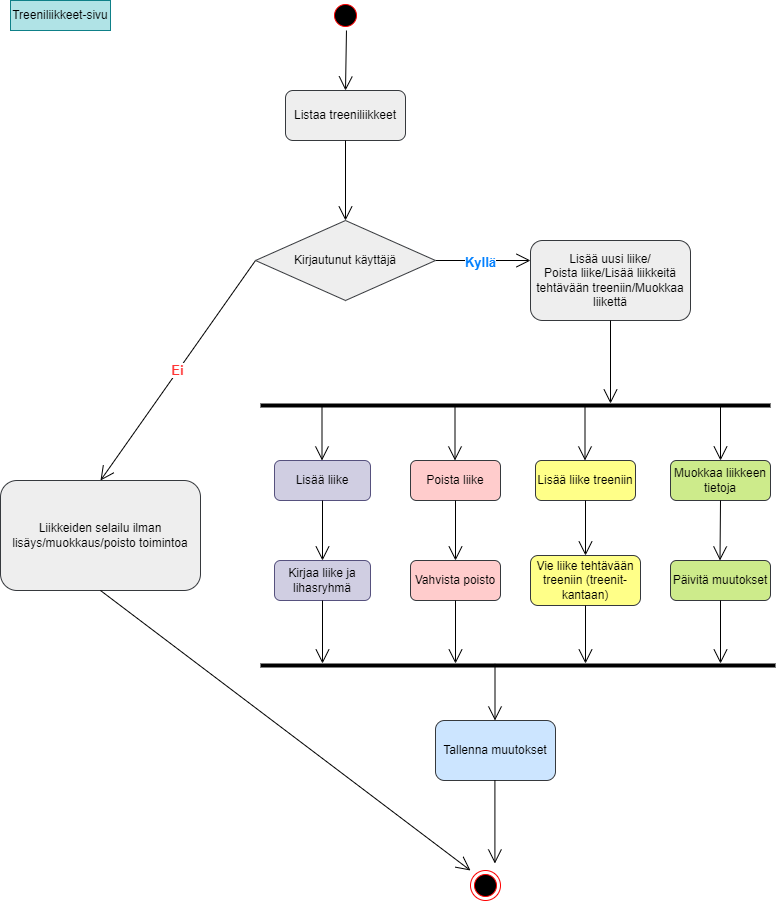
Before: Aktiviteettikaavioliikkeet.drawio.png, a diagram exported from draw.io (PinjaCare/Projektity-n-kaaviot). Source tidied: cells renumbered, new cells last; positions are measured from the earlier drawing's top-left corner, leaving out a move shared by most shapes. Its diagram source:
```xml
<mxGraphModel>
  <root>
    <mxCell id="0" />
    <mxCell id="1" parent="0" />
    <mxCell id="2" style="ellipse;html=1;shape=startState;fillColor=#000000;strokeColor=#ff0000;" parent="1" vertex="1">
      <mxGeometry x="330" width="30" height="30" as="geometry" />
    </mxCell>
    <mxCell id="3" style="endArrow=open;endFill=1;endSize=12;html=1;rounded=0;entryX=0.5;entryY=0;entryDx=0;entryDy=0;" parent="1" edge="1" target="9">
      <mxGeometry relative="1" as="geometry">
        <mxPoint x="346" y="30" as="sourcePoint" />
      </mxGeometry>
    </mxCell>
    <mxCell id="4" value="Treeniliikkeet-sivu" style="rounded=0;whiteSpace=wrap;html=1;fillColor=#b0e3e6;strokeColor=#0e8088;" parent="1" vertex="1">
      <mxGeometry x="10" width="100" height="30" as="geometry" />
    </mxCell>
    <mxCell id="5" style="endArrow=open;endFill=1;endSize=12;html=1;rounded=0;entryX=0;entryY=0.25;entryDx=0;entryDy=0;exitX=1;exitY=0.5;exitDx=0;exitDy=0;" parent="1" edge="1" source="34" target="8">
      <mxGeometry relative="1" as="geometry" />
    </mxCell>
    <mxCell id="6" value="Kyllä" style="edgeLabel;html=1;align=center;verticalAlign=middle;fontStyle=1;fontSize=13;fontColor=#007FFF;" parent="5" vertex="1">
      <mxGeometry x="-0.08" y="-1" relative="1" as="geometry" />
    </mxCell>
    <mxCell id="7" value="Ei" style="endArrow=open;endFill=1;endSize=12;html=1;rounded=0;exitX=0;exitY=0.5;exitDx=0;exitDy=0;entryX=0.5;entryY=0;entryDx=0;entryDy=0;fontSize=13;fontStyle=1;fontColor=#FF3333;" parent="1" edge="1" source="34" target="10">
      <mxGeometry relative="1" as="geometry" />
    </mxCell>
    <mxCell id="8" value="Lisää uusi liike/&lt;br&gt;Poista liike/Lisää liikkeitä tehtävään treeniin/Muokkaa liikettä" style="rounded=1;whiteSpace=wrap;html=1;fillColor=#eeeeee;strokeColor=#36393d;" parent="1" vertex="1">
      <mxGeometry x="530" y="240" width="160" height="80" as="geometry" />
    </mxCell>
    <mxCell id="9" value="Listaa treeniliikkeet" style="rounded=1;whiteSpace=wrap;html=1;fillColor=#eeeeee;strokeColor=#36393d;" parent="1" vertex="1">
      <mxGeometry x="285" y="90" width="120" height="50" as="geometry" />
    </mxCell>
    <mxCell id="10" value="Liikkeiden selailu ilman lisäys/muokkaus/poisto toimintoa" style="rounded=1;whiteSpace=wrap;html=1;fillColor=#eeeeee;strokeColor=#36393d;" parent="1" vertex="1">
      <mxGeometry y="480" width="200" height="110" as="geometry" />
    </mxCell>
    <mxCell id="11" style="endArrow=open;endFill=1;endSize=12;html=1;rounded=0;exitX=0.5;exitY=1;exitDx=0;exitDy=0;" parent="1" edge="1" source="34">
      <mxGeometry relative="1" as="geometry">
        <mxPoint x="345" y="220" as="targetPoint" />
      </mxGeometry>
    </mxCell>
    <mxCell id="12" style="line;strokeWidth=4;html=1;perimeter=backbonePerimeter;points=[];outlineConnect=0;" parent="1" vertex="1">
      <mxGeometry x="260" y="660" width="515" height="10" as="geometry" />
    </mxCell>
    <mxCell id="13" value="Tallenna muutokset" style="rounded=1;whiteSpace=wrap;html=1;fillColor=#cce5ff;strokeColor=#36393d;" parent="1" vertex="1">
      <mxGeometry x="435" y="720" width="120" height="60" as="geometry" />
    </mxCell>
    <mxCell id="14" value="Päivitä muutokset" style="rounded=1;whiteSpace=wrap;html=1;fillColor=#cdeb8b;strokeColor=#36393d;" parent="1" vertex="1">
      <mxGeometry x="670" y="560" width="100" height="40" as="geometry" />
    </mxCell>
    <mxCell id="15" style="line;strokeWidth=4;html=1;perimeter=backbonePerimeter;points=[];outlineConnect=0;" parent="1" vertex="1">
      <mxGeometry x="260" y="400" width="510" height="10" as="geometry" />
    </mxCell>
    <mxCell id="16" style="endArrow=open;endFill=1;endSize=12;html=1;rounded=0;" parent="1" edge="1" source="8" target="15">
      <mxGeometry relative="1" as="geometry" />
    </mxCell>
    <mxCell id="17" value="Poista liike" style="rounded=1;whiteSpace=wrap;html=1;fillColor=#ffcccc;strokeColor=#36393d;" parent="1" vertex="1">
      <mxGeometry x="410" y="460" width="90" height="40" as="geometry" />
    </mxCell>
    <mxCell id="18" value="Muokkaa liikkeen tietoja" style="rounded=1;whiteSpace=wrap;html=1;fillColor=#cdeb8b;strokeColor=#36393d;" parent="1" vertex="1">
      <mxGeometry x="670" y="460" width="100" height="40" as="geometry" />
    </mxCell>
    <mxCell id="19" value="Kirjaa liike ja lihasryhmä" style="rounded=1;whiteSpace=wrap;html=1;fillColor=#d0cee2;strokeColor=#56517e;" parent="1" vertex="1">
      <mxGeometry x="274" y="560" width="96" height="40" as="geometry" />
    </mxCell>
    <mxCell id="20" value="Vahvista poisto" style="rounded=1;whiteSpace=wrap;html=1;fillColor=#ffcccc;strokeColor=#36393d;" parent="1" vertex="1">
      <mxGeometry x="410" y="560" width="90" height="40" as="geometry" />
    </mxCell>
    <mxCell id="21" value="Lisää liike" style="rounded=1;whiteSpace=wrap;html=1;labelBackgroundColor=none;fillColor=#d0cee2;strokeColor=#56517e;" parent="1" vertex="1">
      <mxGeometry x="274" y="460" width="96" height="40" as="geometry" />
    </mxCell>
    <mxCell id="22" style="endArrow=open;endFill=1;endSize=12;html=1;rounded=0;entryX=0.5;entryY=0;entryDx=0;entryDy=0;" parent="1" edge="1">
      <mxGeometry relative="1" as="geometry">
        <mxPoint x="720" y="406" as="sourcePoint" />
        <mxPoint x="720" y="460" as="targetPoint" />
      </mxGeometry>
    </mxCell>
    <mxCell id="23" style="endArrow=open;endFill=1;endSize=12;html=1;rounded=0;" parent="1" edge="1">
      <mxGeometry relative="1" as="geometry">
        <mxPoint x="321.5" y="406" as="sourcePoint" />
        <mxPoint x="321.5" y="460" as="targetPoint" />
        <Array as="points">
          <mxPoint x="321.5" y="460" />
        </Array>
      </mxGeometry>
    </mxCell>
    <mxCell id="24" style="endArrow=open;endFill=1;endSize=12;html=1;rounded=0;exitX=0.5;exitY=1;exitDx=0;exitDy=0;" parent="1" edge="1" source="18">
      <mxGeometry relative="1" as="geometry">
        <mxPoint x="719.5" y="560" as="targetPoint" />
      </mxGeometry>
    </mxCell>
    <mxCell id="25" style="endArrow=open;endFill=1;endSize=12;html=1;rounded=0;entryX=0.5;entryY=0;entryDx=0;entryDy=0;exitX=0.5;exitY=1;exitDx=0;exitDy=0;" parent="1" edge="1" source="17" target="20">
      <mxGeometry relative="1" as="geometry" />
    </mxCell>
    <mxCell id="26" style="endArrow=open;endFill=1;endSize=12;html=1;rounded=0;entryX=0.5;entryY=0;entryDx=0;entryDy=0;" parent="1" edge="1" source="21" target="19">
      <mxGeometry relative="1" as="geometry" />
    </mxCell>
    <mxCell id="27" style="endArrow=open;endFill=1;endSize=12;html=1;rounded=0;entryX=0.5;entryY=0;entryDx=0;entryDy=0;" parent="1" edge="1">
      <mxGeometry relative="1" as="geometry">
        <mxPoint x="454.5" y="406" as="sourcePoint" />
        <mxPoint x="454.5" y="460" as="targetPoint" />
      </mxGeometry>
    </mxCell>
    <mxCell id="28" style="endArrow=open;endFill=1;endSize=12;html=1;rounded=0;exitX=0.5;exitY=1;exitDx=0;exitDy=0;" parent="1" edge="1" source="14" target="12">
      <mxGeometry relative="1" as="geometry" />
    </mxCell>
    <mxCell id="29" style="endArrow=open;endFill=1;endSize=12;html=1;rounded=0;exitX=0.5;exitY=1;exitDx=0;exitDy=0;" parent="1" edge="1" source="19" target="12">
      <mxGeometry relative="1" as="geometry" />
    </mxCell>
    <mxCell id="30" style="endArrow=open;endFill=1;endSize=12;html=1;rounded=0;exitX=0.5;exitY=1;exitDx=0;exitDy=0;" parent="1" edge="1" source="20" target="12">
      <mxGeometry relative="1" as="geometry" />
    </mxCell>
    <mxCell id="31" style="ellipse;html=1;shape=endState;fillColor=#000000;strokeColor=#ff0000;" parent="1" vertex="1">
      <mxGeometry x="470" y="870" width="30" height="30" as="geometry" />
    </mxCell>
    <mxCell id="32" style="endArrow=open;endFill=1;endSize=12;html=1;rounded=0;" parent="1" edge="1">
      <mxGeometry relative="1" as="geometry">
        <mxPoint x="494.4" y="780" as="sourcePoint" />
        <mxPoint x="494.4" y="863" as="targetPoint" />
      </mxGeometry>
    </mxCell>
    <mxCell id="33" style="endArrow=open;endFill=1;endSize=12;html=1;rounded=0;exitX=0.5;exitY=1;exitDx=0;exitDy=0;" parent="1" edge="1" source="9" target="34">
      <mxGeometry relative="1" as="geometry" />
    </mxCell>
    <mxCell id="34" value="Kirjautunut käyttäjä" style="rhombus;whiteSpace=wrap;html=1;fillColor=#eeeeee;strokeColor=#36393d;" parent="1" vertex="1">
      <mxGeometry x="255" y="220" width="180" height="80" as="geometry" />
    </mxCell>
    <mxCell id="35" style="endArrow=open;endFill=1;endSize=12;html=1;rounded=0;exitX=0.5;exitY=1;exitDx=0;exitDy=0;" parent="1" edge="1" source="10">
      <mxGeometry relative="1" as="geometry">
        <mxPoint x="470" y="870" as="targetPoint" />
      </mxGeometry>
    </mxCell>
    <mxCell id="36" style="endArrow=open;endFill=1;endSize=12;html=1;rounded=0;entryX=0.403;entryY=0.046;entryDx=0;entryDy=0;entryPerimeter=0;" parent="1" edge="1">
      <mxGeometry relative="1" as="geometry">
        <mxPoint x="494.5" y="663.2" as="sourcePoint" />
        <mxPoint x="494.5" y="720" as="targetPoint" />
      </mxGeometry>
    </mxCell>
    <mxCell id="37" value="Vie liike tehtävään treeniin (treenit-kantaan)" style="rounded=1;whiteSpace=wrap;html=1;fillColor=#ffff88;strokeColor=#36393d;" parent="1" vertex="1">
      <mxGeometry x="530" y="555" width="110" height="50" as="geometry" />
    </mxCell>
    <mxCell id="38" value="Lisää liike treeniin" style="rounded=1;whiteSpace=wrap;html=1;fillColor=#ffff88;strokeColor=#36393d;" parent="1" vertex="1">
      <mxGeometry x="535" y="460" width="100" height="40" as="geometry" />
    </mxCell>
    <mxCell id="39" style="endArrow=open;endFill=1;endSize=12;html=1;rounded=0;entryX=0.5;entryY=0;entryDx=0;entryDy=0;exitX=0.5;exitY=1;exitDx=0;exitDy=0;" parent="1" edge="1" source="38" target="37">
      <mxGeometry relative="1" as="geometry" />
    </mxCell>
    <mxCell id="40" style="endArrow=open;endFill=1;endSize=12;html=1;rounded=0;entryX=0.5;entryY=0;entryDx=0;entryDy=0;" parent="1" edge="1">
      <mxGeometry relative="1" as="geometry">
        <mxPoint x="584.5" y="406" as="sourcePoint" />
        <mxPoint x="584.5" y="460" as="targetPoint" />
      </mxGeometry>
    </mxCell>
    <mxCell id="41" style="endArrow=open;endFill=1;endSize=12;html=1;rounded=0;exitX=0.5;exitY=1;exitDx=0;exitDy=0;" parent="1" edge="1" source="37" target="12">
      <mxGeometry relative="1" as="geometry" />
    </mxCell>
  </root>
</mxGraphModel>
```
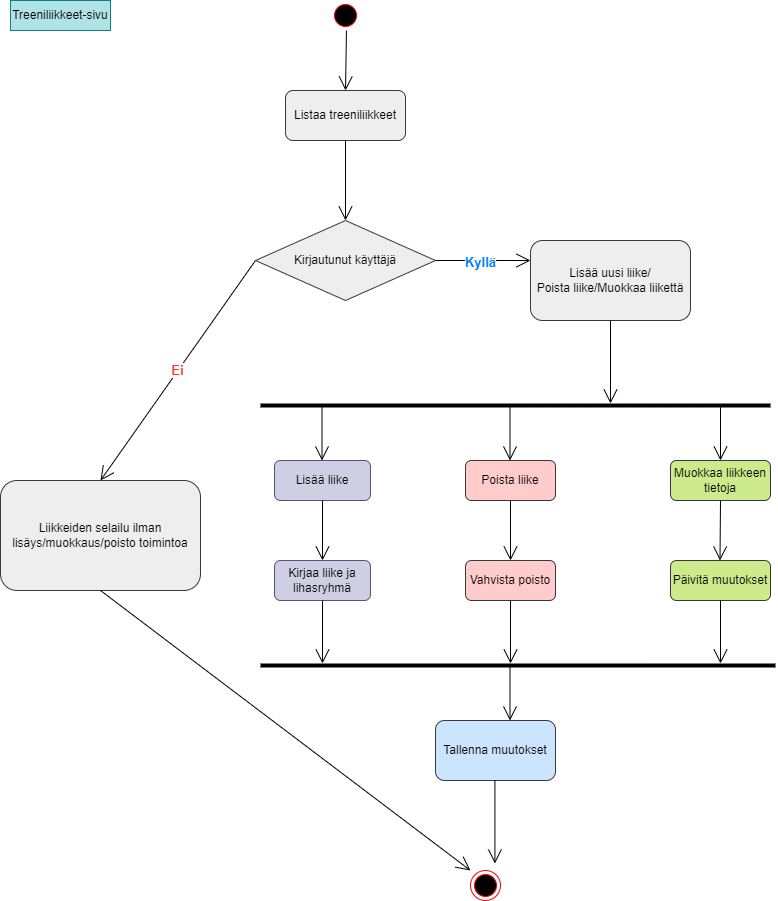
After the commit.

The edit, as a diff of the source:
```diff
@@ -22,7 +22,7 @@
     <mxCell id="7" value="Ei" style="endArrow=open;endFill=1;endSize=12;html=1;rounded=0;exitX=0;exitY=0.5;exitDx=0;exitDy=0;entryX=0.5;entryY=0;entryDx=0;entryDy=0;fontSize=13;fontStyle=1;fontColor=#FF3333;" parent="1" edge="1" source="34" target="10">
       <mxGeometry relative="1" as="geometry" />
     </mxCell>
-    <mxCell id="8" value="Lisää uusi liike/&lt;br&gt;Poista liike/Lisää liikkeitä tehtävään treeniin/Muokkaa liikettä" style="rounded=1;whiteSpace=wrap;html=1;fillColor=#eeeeee;strokeColor=#36393d;" parent="1" vertex="1">
+    <mxCell id="8" value="Lisää uusi liike/&lt;br&gt;Poista liike/Muokkaa liikettä" style="rounded=1;whiteSpace=wrap;html=1;fillColor=#eeeeee;strokeColor=#36393d;" parent="1" vertex="1">
       <mxGeometry x="530" y="240" width="160" height="80" as="geometry" />
     </mxCell>
     <mxCell id="9" value="Listaa treeniliikkeet" style="rounded=1;whiteSpace=wrap;html=1;fillColor=#eeeeee;strokeColor=#36393d;" parent="1" vertex="1">
@@ -52,7 +52,7 @@
       <mxGeometry relative="1" as="geometry" />
     </mxCell>
     <mxCell id="17" value="Poista liike" style="rounded=1;whiteSpace=wrap;html=1;fillColor=#ffcccc;strokeColor=#36393d;" parent="1" vertex="1">
-      <mxGeometry x="410" y="460" width="90" height="40" as="geometry" />
+      <mxGeometry x="465" y="460" width="90" height="40" as="geometry" />
     </mxCell>
     <mxCell id="18" value="Muokkaa liikkeen tietoja" style="rounded=1;whiteSpace=wrap;html=1;fillColor=#cdeb8b;strokeColor=#36393d;" parent="1" vertex="1">
       <mxGeometry x="670" y="460" width="100" height="40" as="geometry" />
@@ -61,7 +61,7 @@
       <mxGeometry x="274" y="560" width="96" height="40" as="geometry" />
     </mxCell>
     <mxCell id="20" value="Vahvista poisto" style="rounded=1;whiteSpace=wrap;html=1;fillColor=#ffcccc;strokeColor=#36393d;" parent="1" vertex="1">
-      <mxGeometry x="410" y="560" width="90" height="40" as="geometry" />
+      <mxGeometry x="465" y="560" width="90" height="40" as="geometry" />
     </mxCell>
     <mxCell id="21" value="Lisää liike" style="rounded=1;whiteSpace=wrap;html=1;labelBackgroundColor=none;fillColor=#d0cee2;strokeColor=#56517e;" parent="1" vertex="1">
       <mxGeometry x="274" y="460" width="96" height="40" as="geometry" />
@@ -94,8 +94,8 @@
     </mxCell>
     <mxCell id="27" style="endArrow=open;endFill=1;endSize=12;html=1;rounded=0;entryX=0.5;entryY=0;entryDx=0;entryDy=0;" parent="1" edge="1">
       <mxGeometry relative="1" as="geometry">
-        <mxPoint x="454.5" y="406" as="sourcePoint" />
-        <mxPoint x="454.5" y="460" as="targetPoint" />
+        <mxPoint x="509.5" y="406" as="sourcePoint" />
+        <mxPoint x="509.5" y="460" as="targetPoint" />
       </mxGeometry>
     </mxCell>
     <mxCell id="28" style="endArrow=open;endFill=1;endSize=12;html=1;rounded=0;exitX=0.5;exitY=1;exitDx=0;exitDy=0;" parent="1" edge="1" source="14" target="12">
@@ -129,27 +129,9 @@
     </mxCell>
     <mxCell id="36" style="endArrow=open;endFill=1;endSize=12;html=1;rounded=0;entryX=0.403;entryY=0.046;entryDx=0;entryDy=0;entryPerimeter=0;" parent="1" edge="1">
       <mxGeometry relative="1" as="geometry">
-        <mxPoint x="494.5" y="663.2" as="sourcePoint" />
-        <mxPoint x="494.5" y="720" as="targetPoint" />
+        <mxPoint x="509.5" y="663.2" as="sourcePoint" />
+        <mxPoint x="509.5" y="720" as="targetPoint" />
       </mxGeometry>
     </mxCell>
-    <mxCell id="37" value="Vie liike tehtävään treeniin (treenit-kantaan)" style="rounded=1;whiteSpace=wrap;html=1;fillColor=#ffff88;strokeColor=#36393d;" parent="1" vertex="1">
-      <mxGeometry x="530" y="555" width="110" height="50" as="geometry" />
-    </mxCell>
-    <mxCell id="38" value="Lisää liike treeniin" style="rounded=1;whiteSpace=wrap;html=1;fillColor=#ffff88;strokeColor=#36393d;" parent="1" vertex="1">
-      <mxGeometry x="535" y="460" width="100" height="40" as="geometry" />
-    </mxCell>
-    <mxCell id="39" style="endArrow=open;endFill=1;endSize=12;html=1;rounded=0;entryX=0.5;entryY=0;entryDx=0;entryDy=0;exitX=0.5;exitY=1;exitDx=0;exitDy=0;" parent="1" edge="1" source="38" target="37">
-      <mxGeometry relative="1" as="geometry" />
-    </mxCell>
-    <mxCell id="40" style="endArrow=open;endFill=1;endSize=12;html=1;rounded=0;entryX=0.5;entryY=0;entryDx=0;entryDy=0;" parent="1" edge="1">
-      <mxGeometry relative="1" as="geometry">
-        <mxPoint x="584.5" y="406" as="sourcePoint" />
-        <mxPoint x="584.5" y="460" as="targetPoint" />
-      </mxGeometry>
-    </mxCell>
-    <mxCell id="41" style="endArrow=open;endFill=1;endSize=12;html=1;rounded=0;exitX=0.5;exitY=1;exitDx=0;exitDy=0;" parent="1" edge="1" source="37" target="12">
-      <mxGeometry relative="1" as="geometry" />
-    </mxCell>
   </root>
 </mxGraphModel>
```
